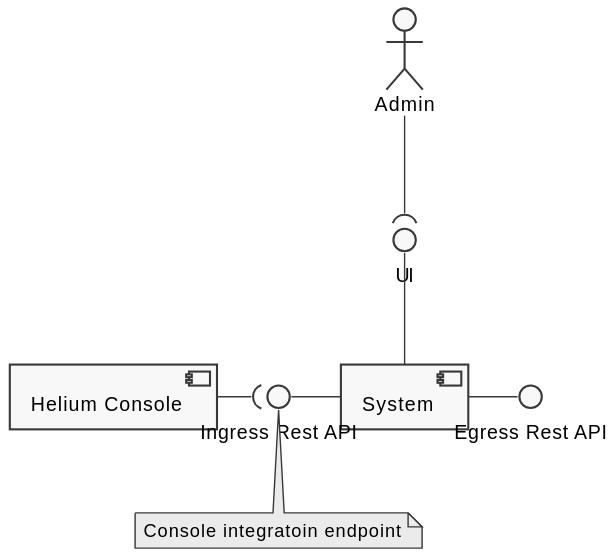
The PlantUML diagram docs/diagrams/logical-view-level1.svg in FilipeMCruz/sensae-console, before a commit.
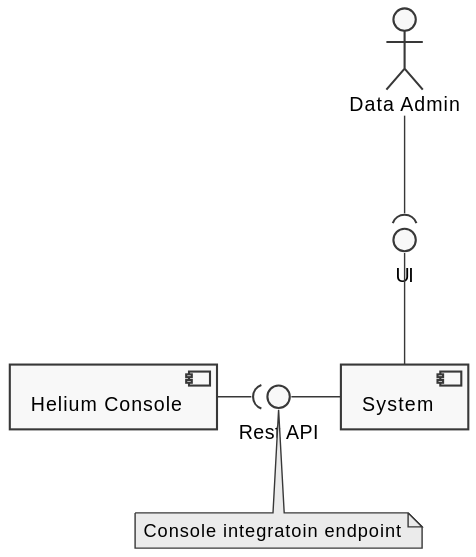
The same file after the commit.

What changed in the source:
```diff
@@ -11,16 +11,14 @@
 [Helium Console] as HC
 
 () "UI" as UI
-() "Ingress Rest API" as IN_ENDPOINT
+() "Rest API" as IN_ENDPOINT
 note bottom: Console integratoin endpoint
-() "Egress Rest API" as OUT_ENDPOINT
-actor "Admin" as Client
+actor "Data Admin" as Client
 
 Client --( UI
 
 UI -- S
 IN_ENDPOINT - S
-S - OUT_ENDPOINT
 
 HC -( IN_ENDPOINT
 
```
